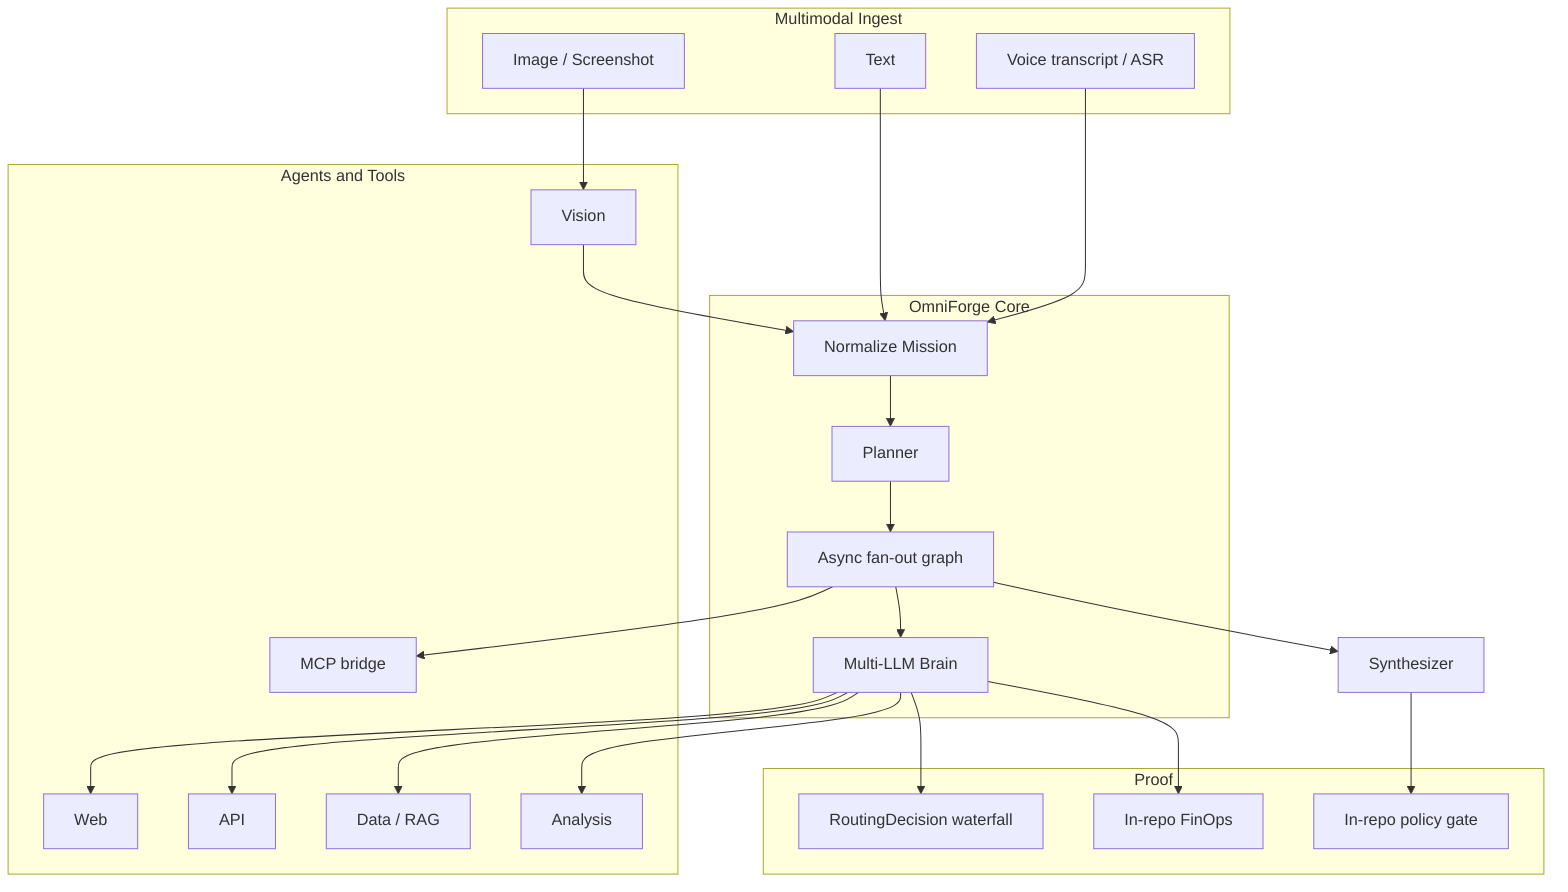
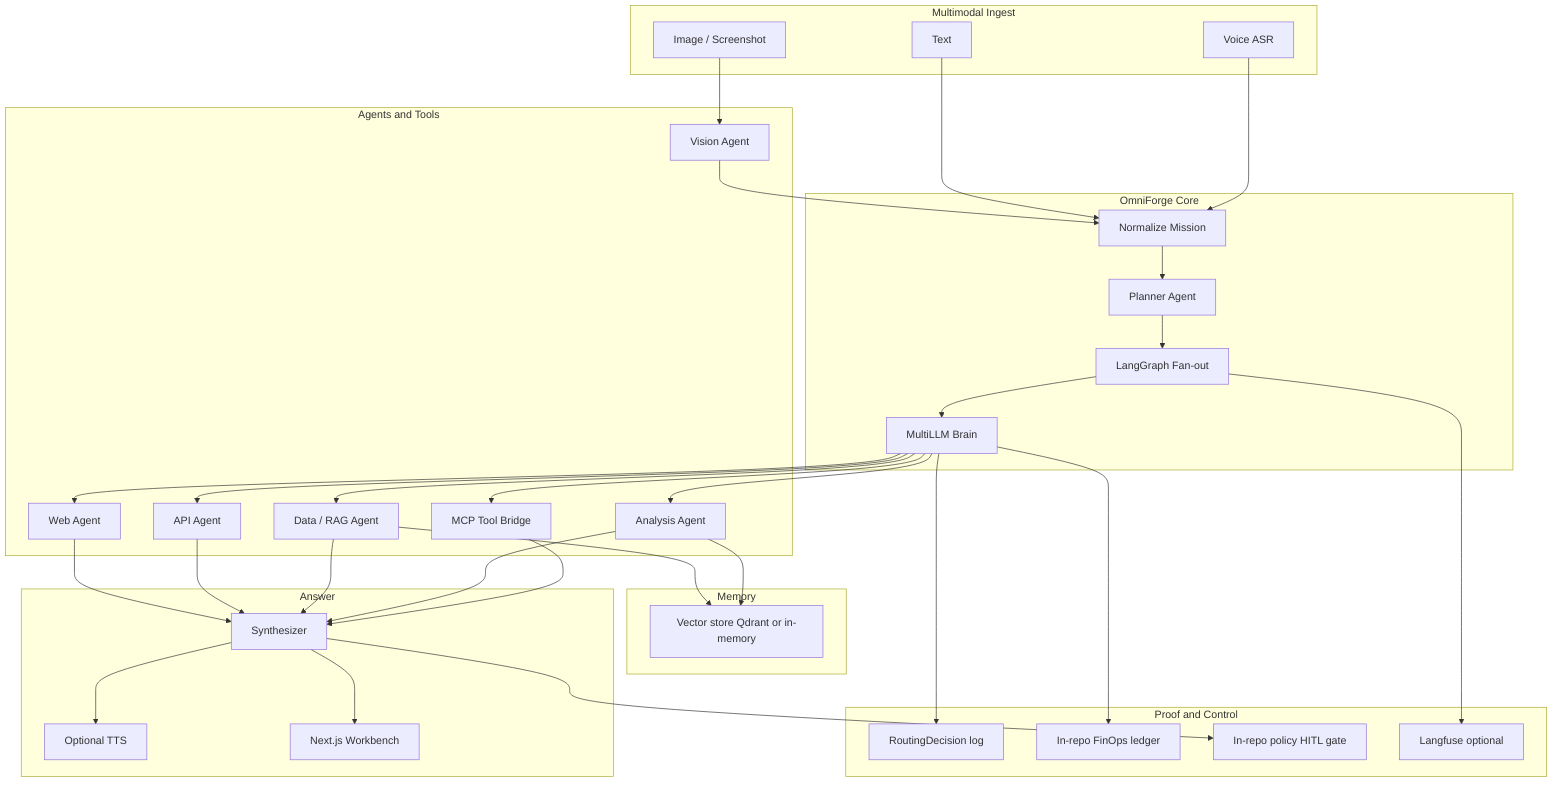
flowchart TB
  subgraph ingest [Multimodal Ingest]
    Text["Text"]
    Image["Image / Screenshot"]
-     VoiceIn["Voice transcript / ASR"]
+     VoiceIn["Voice ASR"]
  end
  subgraph core [OmniForge Core]
    Norm["Normalize Mission"]
-     Plan["Planner"]
-     Brain["Multi-LLM Brain"]
-     Graph["Async fan-out graph"]
+     Plan["Planner Agent"]
+     Brain["MultiLLM Brain"]
+     Graph["LangGraph Fan-out"]
  end
  subgraph exec [Agents and Tools]
-     Web["Web"]
-     ApiA["API"]
-     Data["Data / RAG"]
-     Analysis["Analysis"]
-     Vision["Vision"]
-     MCP["MCP bridge"]
+     Web["Web Agent"]
+     ApiA["API Agent"]
+     Data["Data / RAG Agent"]
+     Analysis["Analysis Agent"]
+     Vision["Vision Agent"]
+     MCP["MCP Tool Bridge"]
  end
-   subgraph proof [Proof]
-     WF["RoutingDecision waterfall"]
-     Fin["In-repo FinOps"]
-     Gate["In-repo policy gate"]
+   subgraph memory [Memory]
+     Store["Vector store Qdrant or in-memory"]
+   end
+   subgraph proof [Proof and Control]
+     Waterfall["RoutingDecision log"]
+     Fin["In-repo FinOps ledger"]
+     Gate["In-repo policy HITL gate"]
+     LF["Langfuse optional"]
+   end
+   subgraph out [Answer]
+     Synth["Synthesizer"]
+     VoiceOut["Optional TTS"]
+     UI["Next.js Workbench"]
  end
  Text --> Norm
  Image --> Vision
  VoiceIn --> Norm
  Vision --> Norm
-   Norm --> Plan --> Graph
+   Norm --> Plan
+   Plan --> Graph
  Graph --> Brain
  Brain --> Web
  Brain --> ApiA
  Brain --> Data
  Brain --> Analysis
-   Graph --> MCP
-   Brain --> WF
+   Brain --> MCP
+   Data --> Store
+   Analysis --> Store
+   Web --> Synth
+   ApiA --> Synth
+   Data --> Synth
+   Analysis --> Synth
+   MCP --> Synth
+   Brain --> Waterfall
  Brain --> Fin
-   Graph --> Synth["Synthesizer"]
  Synth --> Gate
+   Synth --> UI
+   Synth --> VoiceOut
+   Graph --> LF
